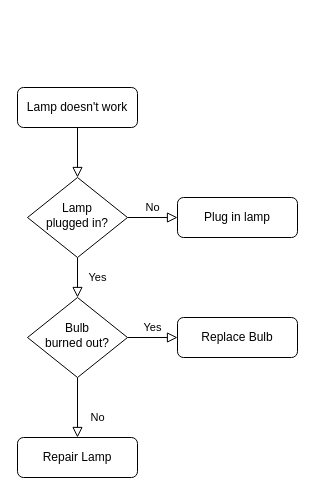
Above: 未命名绘图.drawio in WillingSasi/drawioRes (draw.io), before the change. Source tidied: cells renumbered, new cells numbered last; positions are measured from the earlier drawing's top-left corner, leaving out a move shared by most shapes. Both pictures are drawn from the tidied source at 100%, with x=0, y=0 at pixel (17, 87).
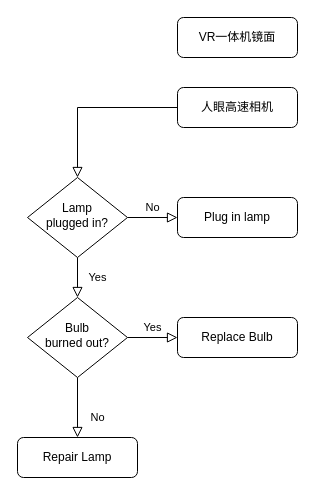
The same diagram, later.

Commit message (it also covers changes not shown here):
更新未命名绘图.drawio

The edit, as a diff of the source:
```diff
@@
 <mxGraphModel>
   <root>
     <mxCell id="0" />
     <mxCell id="1" parent="0" />
     <mxCell id="2" style="rounded=0;html=1;jettySize=auto;fontSize=11;endArrow=block;endFill=0;endSize=8;strokeWidth=1;shadow=0;labelBackgroundColor=none;edgeStyle=orthogonalEdgeStyle;" parent="1" edge="1" source="3" target="6">
       <mxGeometry relative="1" as="geometry" />
     </mxCell>
-    <mxCell id="3" value="Lamp doesn't work" style="rounded=1;whiteSpace=wrap;html=1;fontSize=12;glass=0;strokeWidth=1;shadow=0;" parent="1" vertex="1">
-      <mxGeometry width="120" height="40" as="geometry" />
+    <mxCell id="3" value="人眼高速相机" style="rounded=1;whiteSpace=wrap;html=1;fontSize=12;glass=0;strokeWidth=1;shadow=0;" parent="1" vertex="1">
+      <mxGeometry x="160" width="120" height="40" as="geometry" />
     </mxCell>
     <mxCell id="4" value="Yes" style="rounded=0;html=1;jettySize=auto;fontSize=11;endArrow=block;endFill=0;endSize=8;strokeWidth=1;shadow=0;labelBackgroundColor=none;edgeStyle=orthogonalEdgeStyle;" parent="1" edge="1" source="6" target="10">
       <mxGeometry y="20" relative="1" as="geometry" />
     </mxCell>
     <mxCell id="5" value="No" style="edgeStyle=orthogonalEdgeStyle;rounded=0;html=1;jettySize=auto;fontSize=11;endArrow=block;endFill=0;endSize=8;strokeWidth=1;shadow=0;labelBackgroundColor=none;" parent="1" edge="1" source="6" target="7">
       <mxGeometry y="10" relative="1" as="geometry" />
     </mxCell>
     <mxCell id="6" value="Lamp&lt;br&gt;plugged in?" style="rhombus;whiteSpace=wrap;html=1;shadow=0;fontFamily=Helvetica;fontSize=12;align=center;strokeWidth=1;spacing=6;spacingTop=-4;" parent="1" vertex="1">
       <mxGeometry x="10" y="90" width="100" height="80" as="geometry" />
     </mxCell>
     <mxCell id="7" value="Plug in lamp" style="rounded=1;whiteSpace=wrap;html=1;fontSize=12;glass=0;strokeWidth=1;shadow=0;" parent="1" vertex="1">
       <mxGeometry x="160" y="110" width="120" height="40" as="geometry" />
     </mxCell>
     <mxCell id="8" value="No" style="rounded=0;html=1;jettySize=auto;fontSize=11;endArrow=block;endFill=0;endSize=8;strokeWidth=1;shadow=0;labelBackgroundColor=none;edgeStyle=orthogonalEdgeStyle;" parent="1" edge="1" source="10" target="11">
       <mxGeometry x="0.33" y="20" relative="1" as="geometry" />
     </mxCell>
     <mxCell id="9" value="Yes" style="edgeStyle=orthogonalEdgeStyle;rounded=0;html=1;jettySize=auto;fontSize=11;endArrow=block;endFill=0;endSize=8;strokeWidth=1;shadow=0;labelBackgroundColor=none;" parent="1" edge="1" source="10" target="12">
       <mxGeometry y="10" relative="1" as="geometry" />
     </mxCell>
     <mxCell id="10" value="Bulb&lt;br&gt;burned out?" style="rhombus;whiteSpace=wrap;html=1;shadow=0;fontFamily=Helvetica;fontSize=12;align=center;strokeWidth=1;spacing=6;spacingTop=-4;" parent="1" vertex="1">
       <mxGeometry x="10" y="210" width="100" height="80" as="geometry" />
     </mxCell>
     <mxCell id="11" value="Repair Lamp" style="rounded=1;whiteSpace=wrap;html=1;fontSize=12;glass=0;strokeWidth=1;shadow=0;" parent="1" vertex="1">
       <mxGeometry y="350" width="120" height="40" as="geometry" />
     </mxCell>
     <mxCell id="12" value="Replace Bulb" style="rounded=1;whiteSpace=wrap;html=1;fontSize=12;glass=0;strokeWidth=1;shadow=0;" parent="1" vertex="1">
       <mxGeometry x="160" y="230" width="120" height="40" as="geometry" />
     </mxCell>
+    <mxCell id="13" value="VR一体机镜面" style="rounded=1;whiteSpace=wrap;html=1;fontSize=12;glass=0;strokeWidth=1;shadow=0;" parent="1" vertex="1">
+      <mxGeometry x="160" y="-70" width="120" height="40" as="geometry" />
+    </mxCell>
   </root>
 </mxGraphModel>
```
